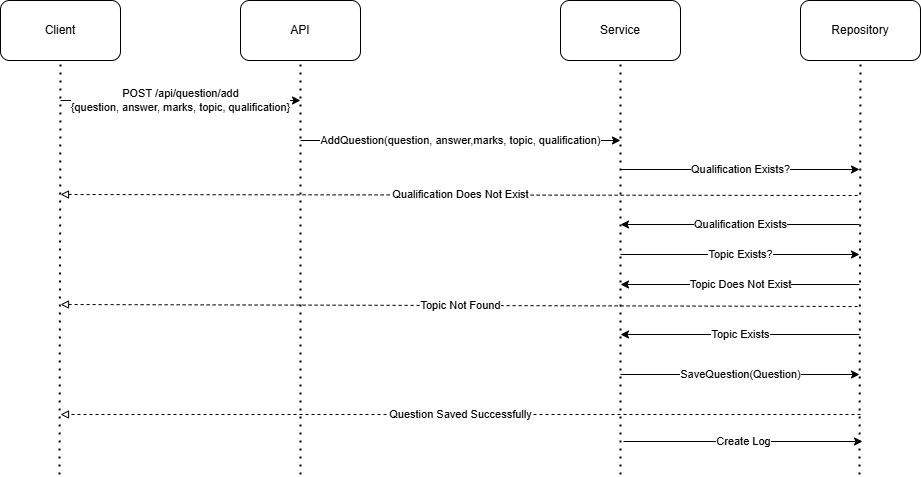
The draw.io diagram documents/images/AddQuestion.drawio.png in shahd9290/Competitive-Revision-Website, before a commit. Source tidied: cells renumbered, new cells last; positions are measured from the earlier drawing's top-left corner, leaving out a move shared by most shapes. Source of this version:
```xml
<mxGraphModel>
  <root>
    <mxCell id="0" />
    <mxCell id="1" parent="0" />
    <mxCell id="2" value="API" style="rounded=1;whiteSpace=wrap;html=1;" parent="1" vertex="1">
      <mxGeometry x="240" width="120" height="60" as="geometry" />
    </mxCell>
    <mxCell id="3" style="endArrow=none;dashed=1;html=1;dashPattern=1 3;strokeWidth=2;rounded=0;entryX=0.5;entryY=1;entryDx=0;entryDy=0;" parent="1" edge="1" target="2">
      <mxGeometry relative="1" as="geometry">
        <mxPoint x="300" y="474" as="sourcePoint" />
      </mxGeometry>
    </mxCell>
    <mxCell id="4" value="Service" style="rounded=1;whiteSpace=wrap;html=1;" parent="1" vertex="1">
      <mxGeometry x="560" width="120" height="60" as="geometry" />
    </mxCell>
    <mxCell id="5" style="endArrow=none;dashed=1;html=1;dashPattern=1 3;strokeWidth=2;rounded=0;entryX=0.5;entryY=1;entryDx=0;entryDy=0;" parent="1" edge="1" target="4">
      <mxGeometry relative="1" as="geometry">
        <mxPoint x="620" y="474" as="sourcePoint" />
      </mxGeometry>
    </mxCell>
    <mxCell id="6" value="Repository" style="rounded=1;whiteSpace=wrap;html=1;" parent="1" vertex="1">
      <mxGeometry x="800" width="120" height="60" as="geometry" />
    </mxCell>
    <mxCell id="7" style="endArrow=none;dashed=1;html=1;dashPattern=1 3;strokeWidth=2;rounded=0;entryX=0.5;entryY=1;entryDx=0;entryDy=0;" parent="1" edge="1" target="6">
      <mxGeometry relative="1" as="geometry">
        <mxPoint x="859" y="474" as="sourcePoint" />
      </mxGeometry>
    </mxCell>
    <mxCell id="8" value="Client" style="rounded=1;whiteSpace=wrap;html=1;" parent="1" vertex="1">
      <mxGeometry width="120" height="60" as="geometry" />
    </mxCell>
    <mxCell id="9" style="endArrow=none;dashed=1;html=1;dashPattern=1 3;strokeWidth=2;rounded=0;entryX=0.5;entryY=1;entryDx=0;entryDy=0;" parent="1" edge="1" target="8">
      <mxGeometry relative="1" as="geometry">
        <mxPoint x="59" y="474" as="sourcePoint" />
      </mxGeometry>
    </mxCell>
    <mxCell id="10" value="POST /api/question/add&lt;br&gt;{question, answer, marks, topic, qualification}" style="endArrow=classic;html=1;rounded=0;" parent="1" edge="1">
      <mxGeometry relative="1" as="geometry">
        <mxPoint x="60" y="100" as="sourcePoint" />
        <mxPoint x="300" y="100" as="targetPoint" />
      </mxGeometry>
    </mxCell>
    <mxCell id="11" value="AddQuestion(question, answer,marks, topic, qualification)" style="endArrow=classic;html=1;rounded=0;" parent="1" edge="1">
      <mxGeometry relative="1" as="geometry">
        <mxPoint x="300" y="140" as="sourcePoint" />
        <mxPoint x="620" y="140" as="targetPoint" />
      </mxGeometry>
    </mxCell>
    <mxCell id="12" value="Question Saved Successfully" style="endArrow=block;html=1;rounded=0;endFill=0;dashed=1;" parent="1" edge="1">
      <mxGeometry relative="1" as="geometry">
        <mxPoint x="860" y="414" as="sourcePoint" />
        <mxPoint x="60" y="414" as="targetPoint" />
      </mxGeometry>
    </mxCell>
    <mxCell id="13" value="Qualification Does Not Exist" style="endArrow=none;html=1;rounded=0;startArrow=block;startFill=0;dashed=1;" parent="1" edge="1">
      <mxGeometry relative="1" as="geometry">
        <mxPoint x="60" y="194" as="sourcePoint" />
        <mxPoint x="860" y="195" as="targetPoint" />
      </mxGeometry>
    </mxCell>
    <mxCell id="14" value="Qualification Exists?" style="endArrow=classic;html=1;rounded=0;startArrow=none;startFill=0;endFill=1;" parent="1" edge="1">
      <mxGeometry relative="1" as="geometry">
        <mxPoint x="620" y="169" as="sourcePoint" />
        <mxPoint x="859" y="169" as="targetPoint" />
      </mxGeometry>
    </mxCell>
    <mxCell id="15" value="Qualification Exists" style="endArrow=none;html=1;rounded=0;startArrow=classic;startFill=1;" parent="1" edge="1">
      <mxGeometry relative="1" as="geometry">
        <mxPoint x="620" y="224" as="sourcePoint" />
        <mxPoint x="859" y="224" as="targetPoint" />
      </mxGeometry>
    </mxCell>
    <mxCell id="16" value="Topic Not Found" style="endArrow=none;html=1;rounded=0;startArrow=block;startFill=0;dashed=1;" parent="1" edge="1">
      <mxGeometry relative="1" as="geometry">
        <mxPoint x="60" y="304" as="sourcePoint" />
        <mxPoint x="860" y="306" as="targetPoint" />
      </mxGeometry>
    </mxCell>
    <mxCell id="17" value="Topic Exists?" style="endArrow=classic;html=1;rounded=0;startArrow=none;startFill=0;endFill=1;" parent="1" edge="1">
      <mxGeometry relative="1" as="geometry">
        <mxPoint x="620" y="254" as="sourcePoint" />
        <mxPoint x="859" y="254" as="targetPoint" />
      </mxGeometry>
    </mxCell>
    <mxCell id="18" value="Topic Exists" style="endArrow=none;html=1;rounded=0;startArrow=classic;startFill=1;" parent="1" edge="1">
      <mxGeometry relative="1" as="geometry">
        <mxPoint x="620" y="334" as="sourcePoint" />
        <mxPoint x="859" y="334" as="targetPoint" />
      </mxGeometry>
    </mxCell>
    <mxCell id="19" value="Topic Does Not Exist" style="endArrow=none;html=1;rounded=0;startArrow=classic;startFill=1;" parent="1" edge="1">
      <mxGeometry relative="1" as="geometry">
        <mxPoint x="620" y="284" as="sourcePoint" />
        <mxPoint x="859" y="284" as="targetPoint" />
      </mxGeometry>
    </mxCell>
    <mxCell id="20" value="SaveQuestion(Question)" style="endArrow=classic;html=1;rounded=0;startArrow=none;startFill=0;endFill=1;" parent="1" edge="1">
      <mxGeometry relative="1" as="geometry">
        <mxPoint x="620" y="374" as="sourcePoint" />
        <mxPoint x="859" y="374" as="targetPoint" />
      </mxGeometry>
    </mxCell>
    <mxCell id="21" value="Create Log" style="endArrow=classic;html=1;rounded=0;startArrow=none;startFill=0;endFill=1;" parent="1" edge="1">
      <mxGeometry relative="1" as="geometry">
        <mxPoint x="623" y="441" as="sourcePoint" />
        <mxPoint x="862" y="441" as="targetPoint" />
      </mxGeometry>
    </mxCell>
  </root>
</mxGraphModel>
```
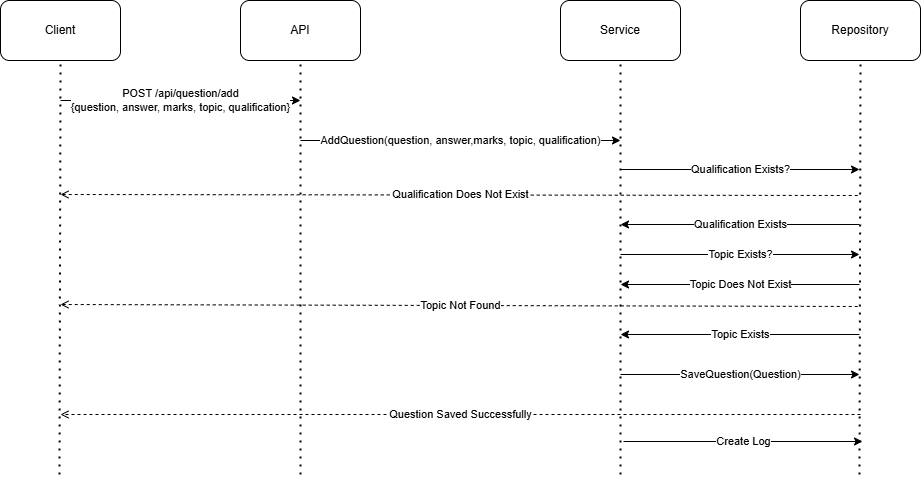
Above is the later version.

Change to the diagram source:
```diff
@@ -46,13 +46,13 @@
         <mxPoint x="620" y="140" as="targetPoint" />
       </mxGeometry>
     </mxCell>
-    <mxCell id="12" value="Question Saved Successfully" style="endArrow=block;html=1;rounded=0;endFill=0;dashed=1;" parent="1" edge="1">
+    <mxCell id="12" value="Question Saved Successfully" style="endArrow=open;html=1;rounded=0;endFill=0;dashed=1;" parent="1" edge="1">
       <mxGeometry relative="1" as="geometry">
         <mxPoint x="860" y="414" as="sourcePoint" />
         <mxPoint x="60" y="414" as="targetPoint" />
       </mxGeometry>
     </mxCell>
-    <mxCell id="13" value="Qualification Does Not Exist" style="endArrow=none;html=1;rounded=0;startArrow=block;startFill=0;dashed=1;" parent="1" edge="1">
+    <mxCell id="13" value="Qualification Does Not Exist" style="endArrow=none;html=1;rounded=0;startArrow=open;startFill=0;dashed=1;" parent="1" edge="1">
       <mxGeometry relative="1" as="geometry">
         <mxPoint x="60" y="194" as="sourcePoint" />
         <mxPoint x="860" y="195" as="targetPoint" />
@@ -70,7 +70,7 @@
         <mxPoint x="859" y="224" as="targetPoint" />
       </mxGeometry>
     </mxCell>
-    <mxCell id="16" value="Topic Not Found" style="endArrow=none;html=1;rounded=0;startArrow=block;startFill=0;dashed=1;" parent="1" edge="1">
+    <mxCell id="16" value="Topic Not Found" style="endArrow=none;html=1;rounded=0;startArrow=open;startFill=0;dashed=1;" parent="1" edge="1">
       <mxGeometry relative="1" as="geometry">
         <mxPoint x="60" y="304" as="sourcePoint" />
         <mxPoint x="860" y="306" as="targetPoint" />
```
